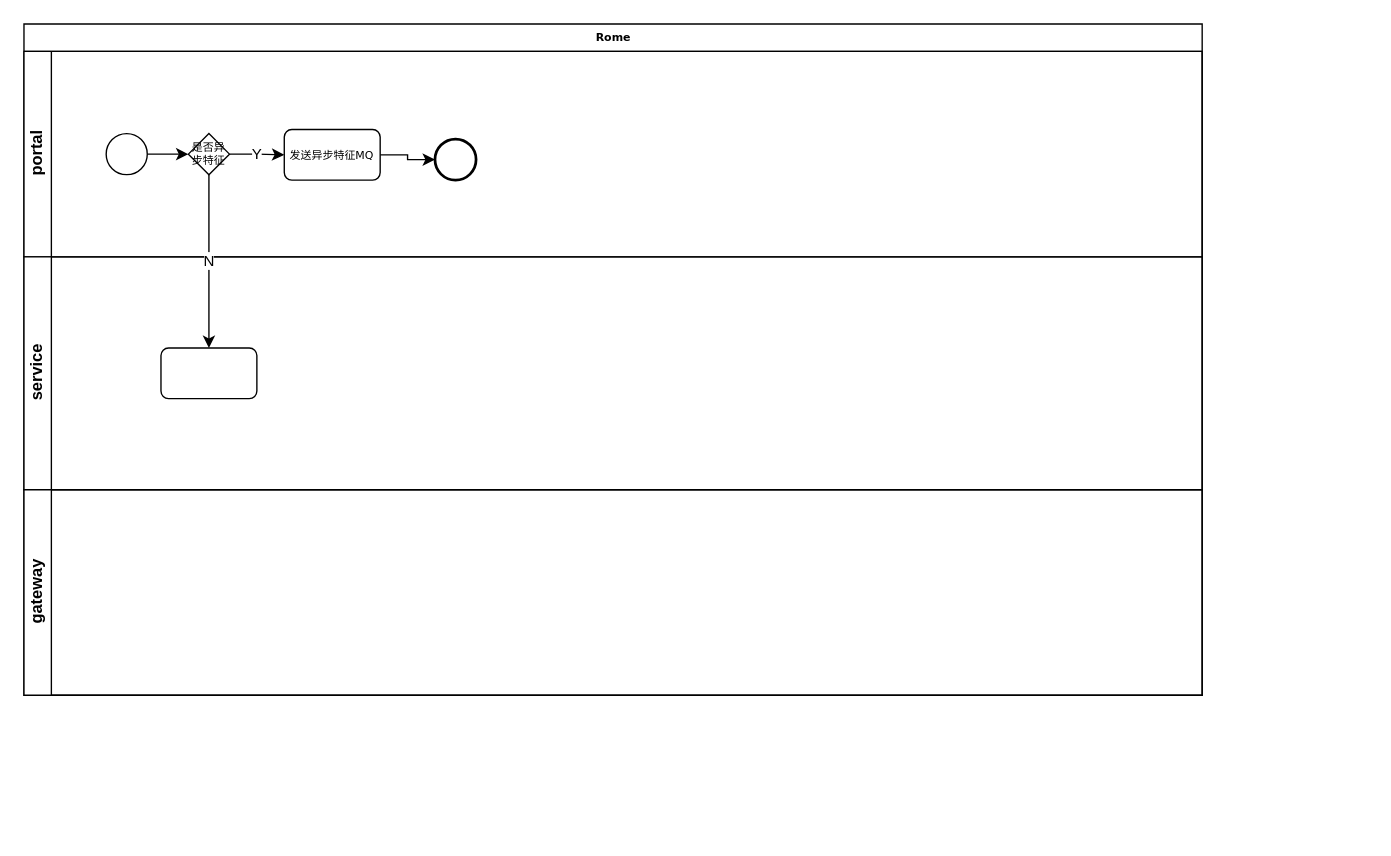
Above: xiaoju/Rome流程图.drawio in 294794668/draw (draw.io), before the change. Source tidied: cells renumbered, new cells numbered last; positions are measured from the earlier drawing's top-left corner, leaving out a move shared by most shapes. Both pictures are drawn from the tidied source at 137%, with x=0, y=0 at pixel (23, 23).
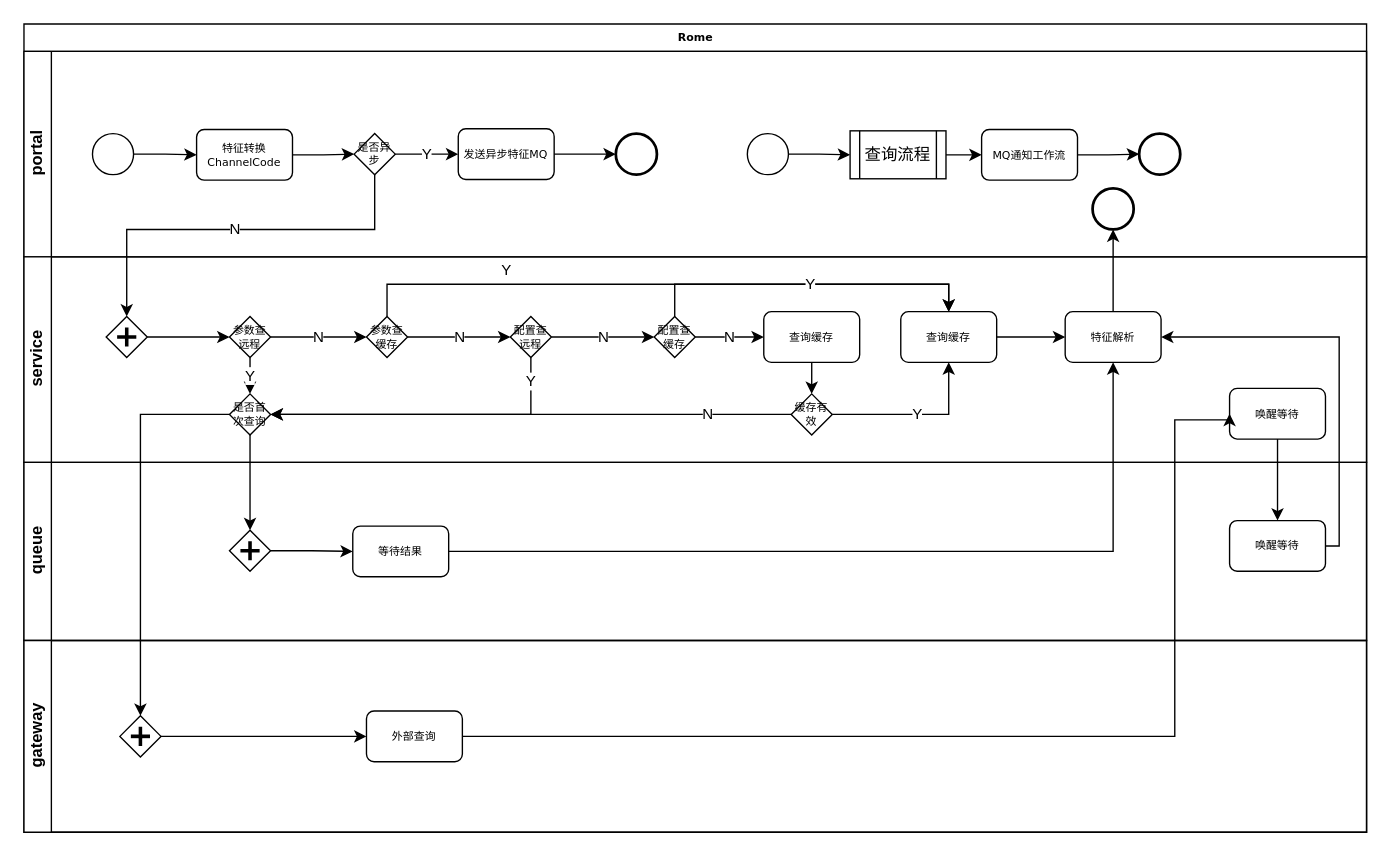
The same diagram, later.

Commit message:
更新Rome流程图.drawio

Change to the diagram source:
```diff
@@
     <mxCell id="2" value="Rome" style="swimlane;html=1;horizontal=1;startSize=20;rounded=0;shadow=0;labelBackgroundColor=none;strokeWidth=1;fontFamily=Verdana;fontSize=8;align=center;" parent="1" vertex="1">
-      <mxGeometry width="860" height="490" as="geometry" />
+      <mxGeometry width="980" height="590" as="geometry" />
     </mxCell>
+    <mxCell id="15" style="edgeStyle=orthogonalEdgeStyle;rounded=0;jettySize=auto;html=1;entryX=0.5;entryY=1;entryDx=0;entryDy=0;" parent="2" edge="1" source="50" target="20">
+      <mxGeometry relative="1" as="geometry">
+        <Array as="points">
+          <mxPoint x="795" y="180" />
+          <mxPoint x="795" y="180" />
+        </Array>
+      </mxGeometry>
+    </mxCell>
+    <mxCell id="16" value="portal" style="swimlane;html=1;startSize=20;horizontal=0;" parent="2" vertex="1">
+      <mxGeometry y="20" width="980" height="150" as="geometry" />
+    </mxCell>
+    <mxCell id="5" style="ellipse;whiteSpace=wrap;html=1;rounded=0;shadow=0;labelBackgroundColor=none;strokeWidth=1;fontFamily=Verdana;fontSize=8;align=center;" parent="16" vertex="1">
+      <mxGeometry x="50" y="60" width="30" height="30" as="geometry" />
+    </mxCell>
+    <mxCell id="7" value="是否异步" style="strokeWidth=1;html=1;shape=mxgraph.flowchart.decision;whiteSpace=wrap;rounded=1;shadow=0;labelBackgroundColor=none;fontFamily=Verdana;fontSize=8;align=center;" parent="16" vertex="1">
+      <mxGeometry x="241" y="60" width="30" height="30" as="geometry" />
+    </mxCell>
+    <mxCell id="9" value="发送异步特征MQ" style="rounded=1;whiteSpace=wrap;html=1;shadow=0;labelBackgroundColor=none;strokeWidth=1;fontFamily=Verdana;fontSize=8;align=center;" parent="16" vertex="1">
+      <mxGeometry x="317" y="56.5" width="70" height="37" as="geometry" />
+    </mxCell>
+    <mxCell id="6" value="Y" style="edgeStyle=orthogonalEdgeStyle;rounded=0;jettySize=auto;html=1;" parent="16" edge="1" source="7" target="9">
+      <mxGeometry relative="1" as="geometry" />
+    </mxCell>
+    <mxCell id="10" style="ellipse;whiteSpace=wrap;html=1;rounded=0;shadow=0;labelBackgroundColor=none;strokeWidth=2;fontFamily=Verdana;fontSize=8;align=center;" parent="16" vertex="1">
+      <mxGeometry x="432" y="60" width="30" height="30" as="geometry" />
+    </mxCell>
+    <mxCell id="8" style="edgeStyle=orthogonalEdgeStyle;rounded=0;jettySize=auto;html=1;" parent="16" edge="1" source="9" target="10">
+      <mxGeometry relative="1" as="geometry" />
+    </mxCell>
+    <mxCell id="17" style="edgeStyle=orthogonalEdgeStyle;rounded=0;jettySize=auto;html=1;" parent="16" edge="1" source="18" target="7">
+      <mxGeometry relative="1" as="geometry" />
+    </mxCell>
+    <mxCell id="18" value="特征转换ChannelCode" style="rounded=1;whiteSpace=wrap;html=1;shadow=0;labelBackgroundColor=none;strokeWidth=1;fontFamily=Verdana;fontSize=8;align=center;" parent="16" vertex="1">
+      <mxGeometry x="126" y="57" width="70" height="37" as="geometry" />
+    </mxCell>
+    <mxCell id="19" style="edgeStyle=orthogonalEdgeStyle;rounded=0;jettySize=auto;html=1;" parent="16" edge="1" source="5" target="18">
+      <mxGeometry relative="1" as="geometry" />
+    </mxCell>
+    <mxCell id="20" style="ellipse;whiteSpace=wrap;html=1;rounded=0;shadow=0;labelBackgroundColor=none;strokeWidth=2;fontFamily=Verdana;fontSize=8;align=center;" parent="16" vertex="1">
+      <mxGeometry x="780" y="100" width="30" height="30" as="geometry" />
+    </mxCell>
+    <mxCell id="21" style="edgeStyle=orthogonalEdgeStyle;rounded=0;jettySize=auto;html=1;" parent="16" edge="1" source="22" target="24">
+      <mxGeometry relative="1" as="geometry" />
+    </mxCell>
+    <mxCell id="22" style="ellipse;whiteSpace=wrap;html=1;rounded=0;shadow=0;labelBackgroundColor=none;strokeWidth=1;fontFamily=Verdana;fontSize=8;align=center;" parent="16" vertex="1">
+      <mxGeometry x="528" y="60" width="30" height="30" as="geometry" />
+    </mxCell>
+    <mxCell id="23" style="edgeStyle=orthogonalEdgeStyle;rounded=0;jettySize=auto;html=1;entryX=0;entryY=0.5;entryDx=0;entryDy=0;" parent="16" edge="1" source="24" target="26">
+      <mxGeometry relative="1" as="geometry" />
+    </mxCell>
+    <mxCell id="24" value="查询流程" style="shape=process;whiteSpace=wrap;html=1;backgroundOutline=1;" parent="16" vertex="1">
+      <mxGeometry x="603" y="58" width="70" height="35" as="geometry" />
+    </mxCell>
+    <mxCell id="25" style="edgeStyle=orthogonalEdgeStyle;rounded=0;jettySize=auto;html=1;" parent="16" edge="1" source="26" target="27">
+      <mxGeometry relative="1" as="geometry" />
+    </mxCell>
+    <mxCell id="26" value="MQ通知工作流" style="rounded=1;whiteSpace=wrap;html=1;shadow=0;labelBackgroundColor=none;strokeWidth=1;fontFamily=Verdana;fontSize=8;align=center;" parent="16" vertex="1">
+      <mxGeometry x="699" y="57" width="70" height="37" as="geometry" />
+    </mxCell>
+    <mxCell id="27" style="ellipse;whiteSpace=wrap;html=1;rounded=0;shadow=0;labelBackgroundColor=none;strokeWidth=2;fontFamily=Verdana;fontSize=8;align=center;" parent="16" vertex="1">
+      <mxGeometry x="814" y="60" width="30" height="30" as="geometry" />
+    </mxCell>
-    <mxCell id="3" value="portal" style="swimlane;html=1;startSize=20;horizontal=0;" parent="2" vertex="1">
-      <mxGeometry y="20" width="860" height="150" as="geometry" />
+    <mxCell id="3" value="service" style="swimlane;html=1;startSize=20;horizontal=0;" parent="2" vertex="1">
+      <mxGeometry y="170" width="980" height="150" as="geometry" />
     </mxCell>
-    <mxCell id="4" style="edgeStyle=orthogonalEdgeStyle;rounded=0;jettySize=auto;html=1;" parent="3" edge="1" source="5" target="7">
-      <mxGeometry relative="1" as="geometry" />
-    </mxCell>
-    <mxCell id="5" style="ellipse;whiteSpace=wrap;html=1;rounded=0;shadow=0;labelBackgroundColor=none;strokeWidth=1;fontFamily=Verdana;fontSize=8;align=center;" parent="3" vertex="1">
-      <mxGeometry x="60" y="60" width="30" height="30" as="geometry" />
-    </mxCell>
-    <mxCell id="6" value="Y" style="edgeStyle=orthogonalEdgeStyle;rounded=0;jettySize=auto;html=1;" parent="3" edge="1" source="7" target="9">
-      <mxGeometry relative="1" as="geometry" />
-    </mxCell>
-    <mxCell id="7" value="是否异步特征" style="strokeWidth=1;html=1;shape=mxgraph.flowchart.decision;whiteSpace=wrap;rounded=1;shadow=0;labelBackgroundColor=none;fontFamily=Verdana;fontSize=8;align=center;" parent="3" vertex="1">
-      <mxGeometry x="120" y="60" width="30" height="30" as="geometry" />
-    </mxCell>
-    <mxCell id="8" style="edgeStyle=orthogonalEdgeStyle;rounded=0;jettySize=auto;html=1;" parent="3" edge="1" source="9" target="10">
-      <mxGeometry relative="1" as="geometry" />
-    </mxCell>
-    <mxCell id="9" value="发送异步特征MQ" style="rounded=1;whiteSpace=wrap;html=1;shadow=0;labelBackgroundColor=none;strokeWidth=1;fontFamily=Verdana;fontSize=8;align=center;" parent="3" vertex="1">
-      <mxGeometry x="190" y="57" width="70" height="37" as="geometry" />
-    </mxCell>
-    <mxCell id="10" style="ellipse;whiteSpace=wrap;html=1;rounded=0;shadow=0;labelBackgroundColor=none;strokeWidth=2;fontFamily=Verdana;fontSize=8;align=center;" parent="3" vertex="1">
-      <mxGeometry x="300" y="64" width="30" height="30" as="geometry" />
-    </mxCell>
+    <mxCell id="28" style="edgeStyle=orthogonalEdgeStyle;rounded=0;jettySize=auto;html=1;entryX=0;entryY=0.5;entryDx=0;entryDy=0;entryPerimeter=0;" parent="3" edge="1" source="29" target="32">
+      <mxGeometry relative="1" as="geometry" />
+    </mxCell>
+    <mxCell id="29" style="shape=mxgraph.bpmn.shape;html=1;verticalLabelPosition=bottom;labelBackgroundColor=#ffffff;verticalAlign=top;perimeter=rhombusPerimeter;background=gateway;outline=none;symbol=parallelGw;rounded=1;shadow=0;strokeWidth=1;fontFamily=Verdana;fontSize=8;align=center;" parent="3" vertex="1">
+      <mxGeometry x="60" y="43.5" width="30" height="30" as="geometry" />
+    </mxCell>
+    <mxCell id="30" value="N" style="edgeStyle=orthogonalEdgeStyle;rounded=0;jettySize=auto;html=1;" parent="3" edge="1" source="32" target="35">
+      <mxGeometry relative="1" as="geometry" />
+    </mxCell>
+    <mxCell id="31" value="Y" style="edgeStyle=orthogonalEdgeStyle;rounded=0;jettySize=auto;html=1;" parent="3" edge="1" source="32" target="47">
+      <mxGeometry relative="1" as="geometry" />
+    </mxCell>
+    <mxCell id="32" value="参数查远程" style="strokeWidth=1;html=1;shape=mxgraph.flowchart.decision;whiteSpace=wrap;rounded=1;shadow=0;labelBackgroundColor=none;fontFamily=Verdana;fontSize=8;align=center;" parent="3" vertex="1">
+      <mxGeometry x="150" y="43.5" width="30" height="30" as="geometry" />
+    </mxCell>
+    <mxCell id="33" value="N" style="edgeStyle=orthogonalEdgeStyle;rounded=0;jettySize=auto;html=1;" parent="3" edge="1" source="35" target="38">
+      <mxGeometry relative="1" as="geometry" />
+    </mxCell>
+    <mxCell id="34" value="Y" style="edgeStyle=orthogonalEdgeStyle;rounded=0;jettySize=auto;html=1;entryX=0.5;entryY=0;entryDx=0;entryDy=0;" parent="3" edge="1" source="35" target="49">
+      <mxGeometry x="-0.52" y="10" relative="1" as="geometry">
+        <Array as="points">
+          <mxPoint x="265" y="20" />
+          <mxPoint x="675" y="20" />
+        </Array>
+        <mxPoint x="1" as="offset" />
+      </mxGeometry>
+    </mxCell>
+    <mxCell id="35" value="参数查缓存" style="strokeWidth=1;html=1;shape=mxgraph.flowchart.decision;whiteSpace=wrap;rounded=1;shadow=0;labelBackgroundColor=none;fontFamily=Verdana;fontSize=8;align=center;" parent="3" vertex="1">
+      <mxGeometry x="250" y="43.5" width="30" height="30" as="geometry" />
+    </mxCell>
+    <mxCell id="36" value="N" style="edgeStyle=orthogonalEdgeStyle;rounded=0;jettySize=auto;html=1;entryX=0;entryY=0.5;entryDx=0;entryDy=0;entryPerimeter=0;" parent="3" edge="1" source="38" target="41">
+      <mxGeometry relative="1" as="geometry" />
+    </mxCell>
+    <mxCell id="37" value="Y" style="edgeStyle=orthogonalEdgeStyle;rounded=0;jettySize=auto;html=1;entryX=1;entryY=0.5;entryDx=0;entryDy=0;entryPerimeter=0;" parent="3" edge="1" source="38" target="47">
+      <mxGeometry x="-0.86" relative="1" as="geometry">
+        <Array as="points">
+          <mxPoint x="370" y="115" />
+        </Array>
+        <mxPoint y="1" as="offset" />
+      </mxGeometry>
+    </mxCell>
+    <mxCell id="38" value="配置查远程" style="strokeWidth=1;html=1;shape=mxgraph.flowchart.decision;whiteSpace=wrap;rounded=1;shadow=0;labelBackgroundColor=none;fontFamily=Verdana;fontSize=8;align=center;" parent="3" vertex="1">
+      <mxGeometry x="355" y="43.5" width="30" height="30" as="geometry" />
+    </mxCell>
+    <mxCell id="39" value="N" style="edgeStyle=orthogonalEdgeStyle;rounded=0;jettySize=auto;html=1;entryX=0;entryY=0.5;entryDx=0;entryDy=0;" parent="3" edge="1" source="41" target="43">
+      <mxGeometry relative="1" as="geometry" />
+    </mxCell>
+    <mxCell id="40" value="Y" style="edgeStyle=orthogonalEdgeStyle;rounded=0;jettySize=auto;html=1;entryX=0.5;entryY=0;entryDx=0;entryDy=0;" parent="3" edge="1" source="41" target="49">
+      <mxGeometry relative="1" as="geometry">
+        <Array as="points">
+          <mxPoint x="475" y="20" />
+          <mxPoint x="675" y="20" />
+        </Array>
+      </mxGeometry>
+    </mxCell>
+    <mxCell id="41" value="配置查缓存" style="strokeWidth=1;html=1;shape=mxgraph.flowchart.decision;whiteSpace=wrap;rounded=1;shadow=0;labelBackgroundColor=none;fontFamily=Verdana;fontSize=8;align=center;" parent="3" vertex="1">
+      <mxGeometry x="460" y="43.5" width="30" height="30" as="geometry" />
+    </mxCell>
+    <mxCell id="42" style="edgeStyle=orthogonalEdgeStyle;rounded=0;jettySize=auto;html=1;entryX=0.5;entryY=0;entryDx=0;entryDy=0;entryPerimeter=0;" parent="3" edge="1" source="43" target="46">
+      <mxGeometry relative="1" as="geometry" />
+    </mxCell>
+    <mxCell id="43" value="查询缓存" style="rounded=1;whiteSpace=wrap;html=1;shadow=0;labelBackgroundColor=none;strokeWidth=1;fontFamily=Verdana;fontSize=8;align=center;" parent="3" vertex="1">
+      <mxGeometry x="540" y="40" width="70" height="37" as="geometry" />
+    </mxCell>
+    <mxCell id="44" value="N" style="edgeStyle=orthogonalEdgeStyle;rounded=0;jettySize=auto;html=1;entryX=1;entryY=0.5;entryDx=0;entryDy=0;entryPerimeter=0;" parent="3" edge="1" source="46" target="47">
+      <mxGeometry x="-0.68" relative="1" as="geometry" />
+    </mxCell>
+    <mxCell id="45" value="Y" style="edgeStyle=orthogonalEdgeStyle;rounded=0;jettySize=auto;html=1;entryX=0.5;entryY=1;entryDx=0;entryDy=0;" parent="3" edge="1" source="46" target="49">
+      <mxGeometry relative="1" as="geometry" />
+    </mxCell>
+    <mxCell id="46" value="缓存有效" style="strokeWidth=1;html=1;shape=mxgraph.flowchart.decision;whiteSpace=wrap;rounded=1;shadow=0;labelBackgroundColor=none;fontFamily=Verdana;fontSize=8;align=center;" parent="3" vertex="1">
+      <mxGeometry x="560" y="100" width="30" height="30" as="geometry" />
+    </mxCell>
+    <mxCell id="47" value="是否首次查询" style="strokeWidth=1;html=1;shape=mxgraph.flowchart.decision;whiteSpace=wrap;rounded=1;shadow=0;labelBackgroundColor=none;fontFamily=Verdana;fontSize=8;align=center;" parent="3" vertex="1">
+      <mxGeometry x="150" y="100" width="30" height="30" as="geometry" />
+    </mxCell>
+    <mxCell id="48" style="edgeStyle=orthogonalEdgeStyle;rounded=0;jettySize=auto;html=1;" parent="3" edge="1" source="49" target="50">
+      <mxGeometry relative="1" as="geometry" />
+    </mxCell>
+    <mxCell id="49" value="查询缓存" style="rounded=1;whiteSpace=wrap;html=1;shadow=0;labelBackgroundColor=none;strokeWidth=1;fontFamily=Verdana;fontSize=8;align=center;" parent="3" vertex="1">
+      <mxGeometry x="640" y="40" width="70" height="37" as="geometry" />
+    </mxCell>
+    <mxCell id="50" value="特征解析" style="rounded=1;whiteSpace=wrap;html=1;shadow=0;labelBackgroundColor=none;strokeWidth=1;fontFamily=Verdana;fontSize=8;align=center;" parent="3" vertex="1">
+      <mxGeometry x="760" y="40" width="70" height="37" as="geometry" />
+    </mxCell>
+    <mxCell id="51" value="唤醒等待" style="rounded=1;whiteSpace=wrap;html=1;shadow=0;labelBackgroundColor=none;strokeWidth=1;fontFamily=Verdana;fontSize=8;align=center;" parent="3" vertex="1">
+      <mxGeometry x="880" y="96" width="70" height="37" as="geometry" />
+    </mxCell>
-    <mxCell id="11" value="service" style="swimlane;html=1;startSize=20;horizontal=0;" parent="2" vertex="1">
-      <mxGeometry y="170" width="860" height="170" as="geometry" />
+    <mxCell id="11" value="queue" style="swimlane;html=1;startSize=20;horizontal=0;" parent="2" vertex="1">
+      <mxGeometry y="320" width="980" height="130" as="geometry" />
     </mxCell>
-    <mxCell id="12" style="rounded=1;whiteSpace=wrap;html=1;shadow=0;labelBackgroundColor=none;strokeWidth=1;fontFamily=Verdana;fontSize=8;align=center;" parent="11" vertex="1">
-      <mxGeometry x="100" y="66.5" width="70" height="37" as="geometry" />
-    </mxCell>
+    <mxCell id="52" style="edgeStyle=orthogonalEdgeStyle;rounded=0;jettySize=auto;html=1;entryX=0;entryY=0.5;entryDx=0;entryDy=0;" parent="11" edge="1" source="53" target="54">
+      <mxGeometry relative="1" as="geometry" />
+    </mxCell>
+    <mxCell id="53" style="shape=mxgraph.bpmn.shape;html=1;verticalLabelPosition=bottom;labelBackgroundColor=#ffffff;verticalAlign=top;perimeter=rhombusPerimeter;background=gateway;outline=none;symbol=parallelGw;rounded=1;shadow=0;strokeWidth=1;fontFamily=Verdana;fontSize=8;align=center;" parent="11" vertex="1">
+      <mxGeometry x="150" y="49.5" width="30" height="30" as="geometry" />
+    </mxCell>
+    <mxCell id="54" value="等待结果" style="rounded=1;whiteSpace=wrap;html=1;shadow=0;labelBackgroundColor=none;strokeWidth=1;fontFamily=Verdana;fontSize=8;align=center;" parent="11" vertex="1">
+      <mxGeometry x="240" y="46.5" width="70" height="37" as="geometry" />
+    </mxCell>
+    <mxCell id="55" value="唤醒等待" style="rounded=1;whiteSpace=wrap;html=1;shadow=0;labelBackgroundColor=none;strokeWidth=1;fontFamily=Verdana;fontSize=8;align=center;" parent="11" vertex="1">
+      <mxGeometry x="880" y="42.5" width="70" height="37" as="geometry" />
+    </mxCell>
+    <mxCell id="56" style="edgeStyle=orthogonalEdgeStyle;rounded=0;jettySize=auto;html=1;" parent="2" edge="1" source="51" target="55">
+      <mxGeometry relative="1" as="geometry" />
+    </mxCell>
     <mxCell id="13" value="gateway" style="swimlane;html=1;startSize=20;horizontal=0;" parent="2" vertex="1">
-      <mxGeometry y="340" width="860" height="150" as="geometry" />
+      <mxGeometry y="450" width="980" height="140" as="geometry" />
     </mxCell>
-    <mxCell id="14" value="N" style="edgeStyle=orthogonalEdgeStyle;rounded=0;jettySize=auto;html=1;" parent="2" edge="1" source="7" target="12">
-      <mxGeometry relative="1" as="geometry" />
-    </mxCell>
+    <mxCell id="57" value="外部查询" style="rounded=1;whiteSpace=wrap;html=1;shadow=0;labelBackgroundColor=none;strokeWidth=1;fontFamily=Verdana;fontSize=8;align=center;" parent="13" vertex="1">
+      <mxGeometry x="250" y="51.5" width="70" height="37" as="geometry" />
+    </mxCell>
+    <mxCell id="58" style="edgeStyle=orthogonalEdgeStyle;rounded=0;jettySize=auto;html=1;" parent="13" edge="1" source="59" target="57">
+      <mxGeometry relative="1" as="geometry" />
+    </mxCell>
+    <mxCell id="59" style="shape=mxgraph.bpmn.shape;html=1;verticalLabelPosition=bottom;labelBackgroundColor=#ffffff;verticalAlign=top;perimeter=rhombusPerimeter;background=gateway;outline=none;symbol=parallelGw;rounded=1;shadow=0;strokeWidth=1;fontFamily=Verdana;fontSize=8;align=center;" parent="13" vertex="1">
+      <mxGeometry x="70" y="55" width="30" height="30" as="geometry" />
+    </mxCell>
+    <mxCell id="60" style="edgeStyle=orthogonalEdgeStyle;rounded=0;jettySize=auto;html=1;entryX=0.5;entryY=0;entryDx=0;entryDy=0;" parent="2" edge="1" source="47" target="59">
+      <mxGeometry relative="1" as="geometry">
+        <Array as="points">
+          <mxPoint x="85" y="285" />
+        </Array>
+      </mxGeometry>
+    </mxCell>
+    <mxCell id="61" style="edgeStyle=orthogonalEdgeStyle;rounded=0;jettySize=auto;html=1;entryX=0.5;entryY=0;entryDx=0;entryDy=0;" parent="2" edge="1" source="47" target="53">
+      <mxGeometry relative="1" as="geometry" />
+    </mxCell>
+    <mxCell id="62" style="edgeStyle=orthogonalEdgeStyle;rounded=0;jettySize=auto;html=1;entryX=1;entryY=0.5;entryDx=0;entryDy=0;" parent="2" edge="1" source="55" target="50">
+      <mxGeometry relative="1" as="geometry">
+        <Array as="points">
+          <mxPoint x="960" y="381" />
+          <mxPoint x="960" y="229" />
+        </Array>
+      </mxGeometry>
+    </mxCell>
+    <mxCell id="63" style="edgeStyle=orthogonalEdgeStyle;rounded=0;jettySize=auto;html=1;entryX=0;entryY=0.5;entryDx=0;entryDy=0;" parent="2" edge="1" source="57" target="51">
+      <mxGeometry relative="1" as="geometry">
+        <Array as="points">
+          <mxPoint x="840" y="520" />
+          <mxPoint x="840" y="289" />
+          <mxPoint x="880" y="289" />
+        </Array>
+      </mxGeometry>
+    </mxCell>
+    <mxCell id="64" value="N" style="edgeStyle=orthogonalEdgeStyle;rounded=0;jettySize=auto;html=1;entryX=0.5;entryY=0;entryDx=0;entryDy=0;" parent="2" edge="1" source="7" target="29">
+      <mxGeometry relative="1" as="geometry">
+        <Array as="points">
+          <mxPoint x="256" y="150" />
+          <mxPoint x="75" y="150" />
+        </Array>
+      </mxGeometry>
+    </mxCell>
+    <mxCell id="65" style="edgeStyle=orthogonalEdgeStyle;rounded=0;jettySize=auto;html=1;entryX=0.5;entryY=1;entryDx=0;entryDy=0;" parent="2" edge="1" source="54" target="50">
+      <mxGeometry relative="1" as="geometry" />
+    </mxCell>
```
